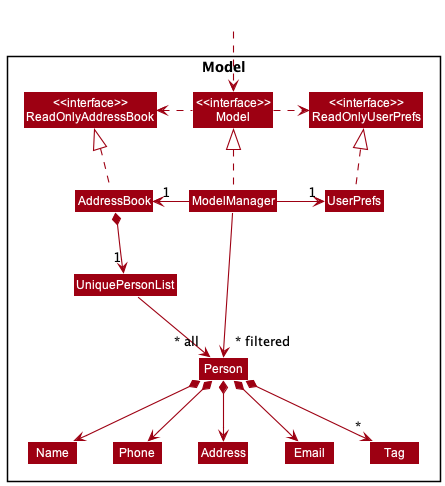
Before: docs/images/ModelClassDiagram.png, a diagram exported from PlantUML (se-edu/addressbook-level3). Source of this version:
```plantuml
@startuml
!include style.puml
skinparam arrowThickness 1.1
skinparam arrowColor MODEL_COLOR
skinparam classBackgroundColor MODEL_COLOR

Package Model <<Rectangle>>{
Class "<<interface>>\nReadOnlyAddressBook" as ReadOnlyAddressBook
Class "<<interface>>\nReadOnlyUserPrefs" as ReadOnlyUserPrefs
Class "<<interface>>\nModel" as Model
Class AddressBook
Class ModelManager
Class UserPrefs

Class UniquePersonList
Class Person
Class Address
Class Email
Class Name
Class Phone
Class Tag

}

Class HiddenOutside #FFFFFF
HiddenOutside ..> Model

AddressBook .up.|> ReadOnlyAddressBook

ModelManager .up.|> Model
Model .right.> ReadOnlyUserPrefs
Model .left.> ReadOnlyAddressBook
ModelManager -left-> "1" AddressBook
ModelManager -right-> "1" UserPrefs
UserPrefs .up.|> ReadOnlyUserPrefs

AddressBook *--> "1" UniquePersonList
UniquePersonList --> "~* all" Person
Person *--> Name
Person *--> Phone
Person *--> Email
Person *--> Address
Person *--> "*" Tag

Name -[hidden]right-> Phone
Phone -[hidden]right-> Address
Address -[hidden]right-> Email

ModelManager -->"~* filtered" Person
@enduml
```
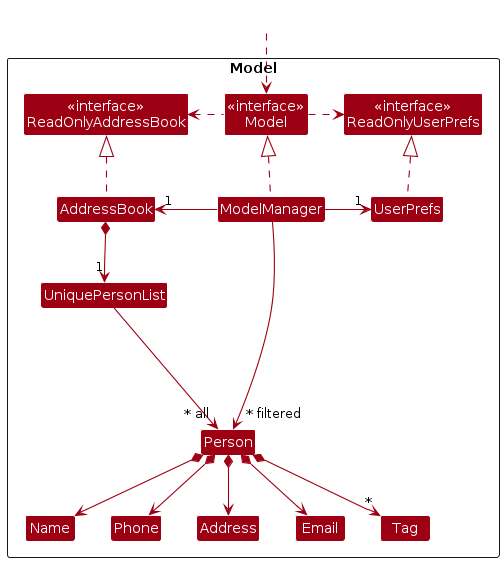
After the commit.

What changed in the source:
```diff
@@ -4,7 +4,7 @@
 skinparam arrowColor MODEL_COLOR
 skinparam classBackgroundColor MODEL_COLOR
 
-Package Model <<Rectangle>>{
+Package Model as ModelPackage <<Rectangle>>{
 Class "<<interface>>\nReadOnlyAddressBook" as ReadOnlyAddressBook
 Class "<<interface>>\nReadOnlyUserPrefs" as ReadOnlyUserPrefs
 Class "<<interface>>\nModel" as Model
@@ -20,6 +20,7 @@
 Class Phone
 Class Tag
 
+Class I #FFFFFF
 }
 
 Class HiddenOutside #FFFFFF
@@ -35,16 +36,19 @@
 UserPrefs .up.|> ReadOnlyUserPrefs
 
 AddressBook *--> "1" UniquePersonList
-UniquePersonList --> "~* all" Person
+UniquePersonList -> "~* all" Person
 Person *--> Name
 Person *--> Phone
 Person *--> Email
 Person *--> Address
 Person *--> "*" Tag
 
+Person -[hidden]up--> I
+UniquePersonList -[hidden]right-> I
+
 Name -[hidden]right-> Phone
 Phone -[hidden]right-> Address
 Address -[hidden]right-> Email
 
-ModelManager -->"~* filtered" Person
+ModelManager -> "~* filtered" Person
 @enduml
```
